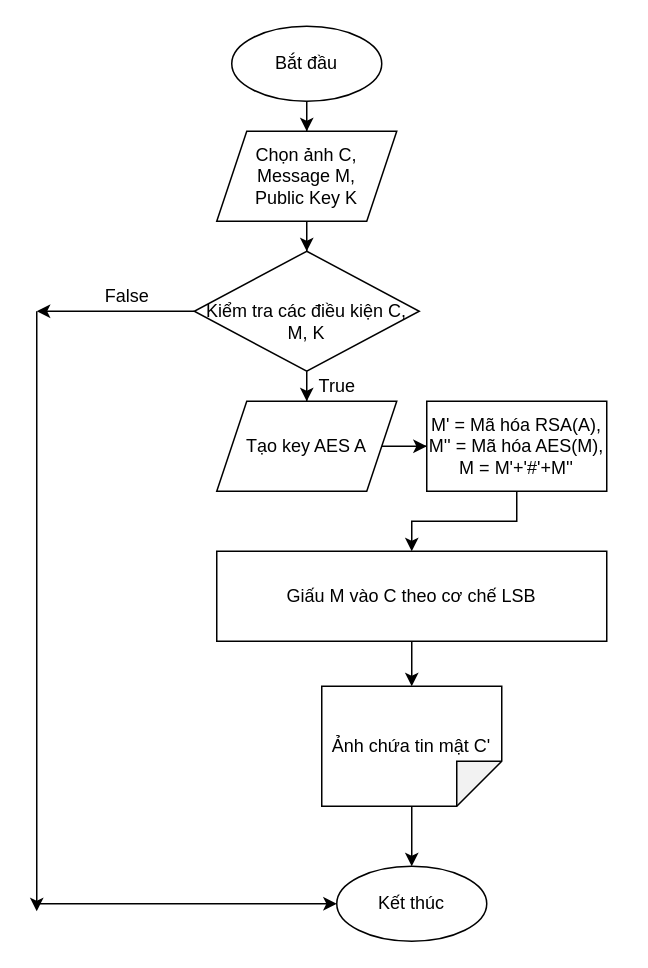
Above: Untitled Diagram.drawio in DEVRHEL/Steganography (draw.io), before the change. Source tidied: cells renumbered, new cells numbered last; positions are measured from the earlier drawing's top-left corner, leaving out a move shared by most shapes. Both pictures are drawn from the tidied source at 150%, with x=0, y=0 at pixel (36, 26).
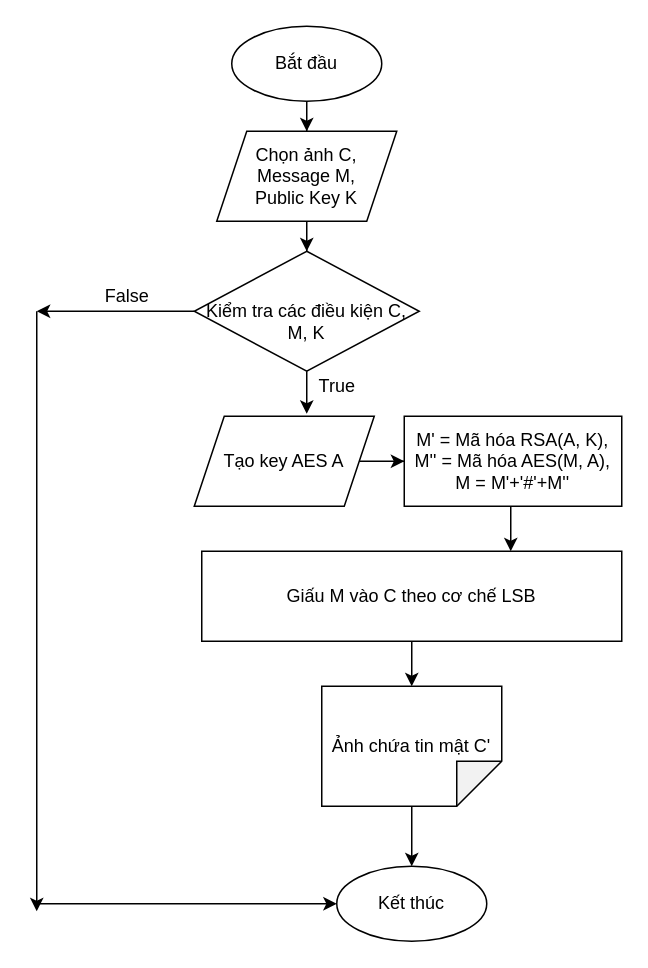
After the change.

The change refers to these unchanged cells:
```xml
<mxCell id="8" value="&lt;br&gt;Kiểm tra các điều kiện C, M, K" style="rhombus;whiteSpace=wrap;html=1;" parent="1" vertex="1">
  <mxGeometry x="105" y="150" width="150" height="80" as="geometry" />
</mxCell>
```

The edit, as a diff of the source:
```diff
@@
-    <mxCell id="7" style="edgeStyle=orthogonalEdgeStyle;rounded=0;jettySize=auto;html=1;entryX=0.5;entryY=0;entryDx=0;entryDy=0;" parent="1" edge="1" source="8" target="14">
-      <mxGeometry relative="1" as="geometry" />
-    </mxCell>
@@
     <mxCell id="14" value="Tạo key AES A" style="shape=parallelogram;perimeter=parallelogramPerimeter;whiteSpace=wrap;html=1;fixedSize=1;" parent="1" vertex="1">
-      <mxGeometry x="120" y="250" width="120" height="60" as="geometry" />
+      <mxGeometry x="105" y="260" width="120" height="60" as="geometry" />
     </mxCell>
@@
-    <mxCell id="16" style="edgeStyle=orthogonalEdgeStyle;rounded=0;jettySize=auto;html=1;entryX=0.5;entryY=0;entryDx=0;entryDy=0;" parent="1" edge="1" source="17" target="19">
-      <mxGeometry relative="1" as="geometry" />
-    </mxCell>
-    <mxCell id="17" value="M' = Mã hóa RSA(A),&lt;br&gt;M'' = Mã hóa AES(M),&lt;br&gt;M = M'+'#'+M''" style="rounded=0;whiteSpace=wrap;html=1;" parent="1" vertex="1">
-      <mxGeometry x="260" y="250" width="120" height="60" as="geometry" />
+    <mxCell id="17" value="M' = Mã hóa RSA(A, K),&lt;br&gt;M'' = Mã hóa AES(M, A),&lt;br&gt;M = M'+'#'+M''" style="rounded=0;whiteSpace=wrap;html=1;" parent="1" vertex="1">
+      <mxGeometry x="245" y="260" width="145" height="60" as="geometry" />
     </mxCell>
@@
     <mxCell id="19" value="Giấu M vào C theo cơ chế LSB" style="rounded=0;whiteSpace=wrap;html=1;" parent="1" vertex="1">
-      <mxGeometry x="120" y="350" width="260" height="60" as="geometry" />
+      <mxGeometry x="110" y="350" width="280" height="60" as="geometry" />
     </mxCell>
@@
+    <mxCell id="22" style="endArrow=classic;html=1;entryX=0.625;entryY=-0.027;entryDx=0;entryDy=0;entryPerimeter=0;" parent="1" edge="1" target="14">
+      <mxGeometry relative="1" as="geometry">
+        <mxPoint x="180" y="230" as="sourcePoint" />
+      </mxGeometry>
+    </mxCell>
+    <mxCell id="23" style="endArrow=classic;html=1;" parent="1" edge="1">
+      <mxGeometry relative="1" as="geometry">
+        <mxPoint x="316" y="320" as="sourcePoint" />
+        <mxPoint x="316" y="350" as="targetPoint" />
+      </mxGeometry>
+    </mxCell>
```
